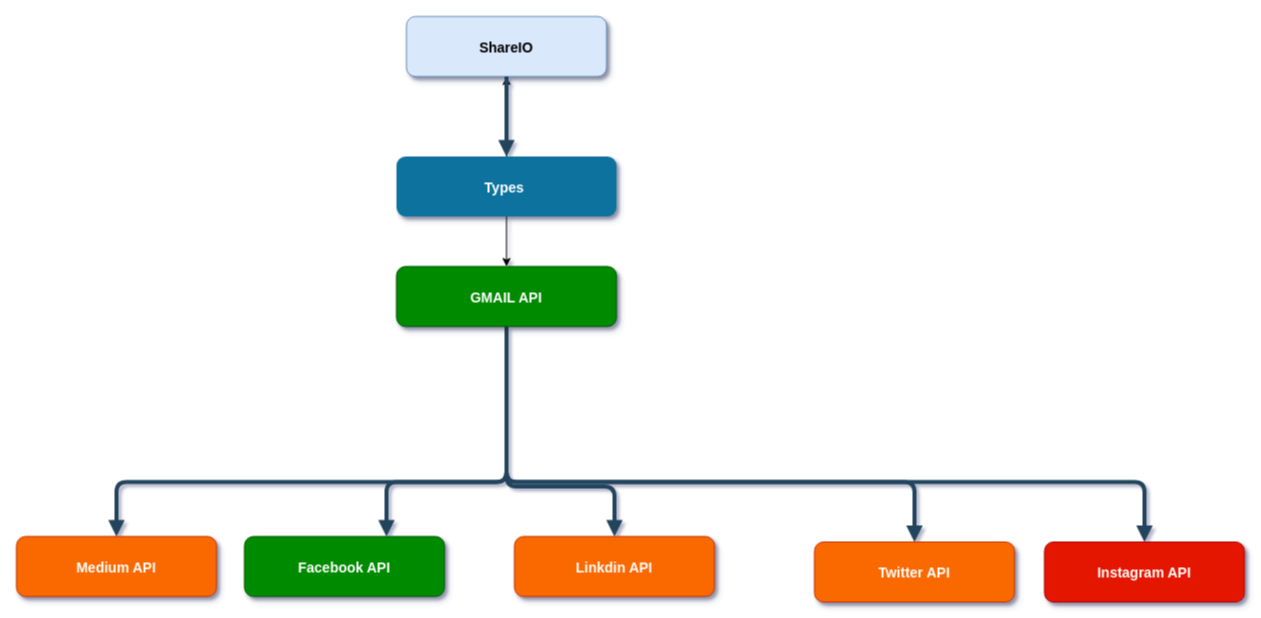
The draw.io diagram ShareIO.drawio in S-8506/codenaive, before the edit. Source tidied: cells renumbered, new cells numbered last; positions are measured from the earlier drawing's top-left corner, leaving out a move shared by most shapes. Both pictures are drawn from the tidied source at 100%, with x=0, y=0 at pixel (16, 16).
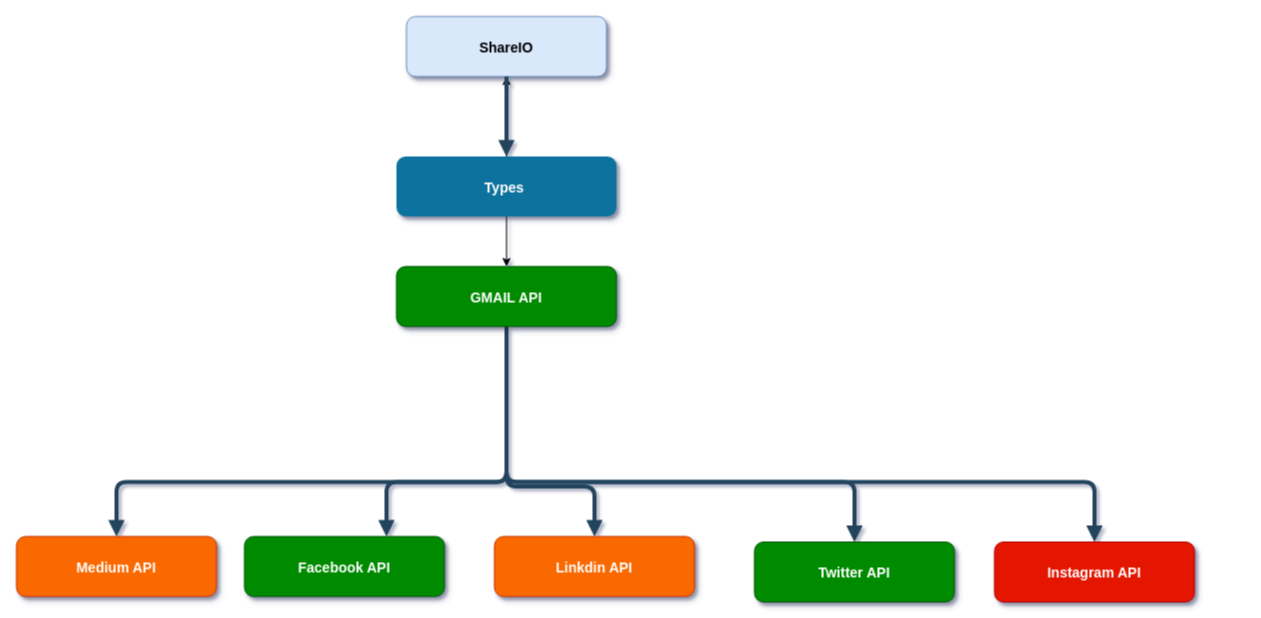
The same page after the edit.

Change to the diagram source:
```diff
@@
     <mxCell id="7" value="Linkdin API" style="rounded=1;fillColor=#fa6800;strokeColor=#C73500;shadow=1;fontStyle=1;fontSize=14;fontColor=#ffffff;" parent="1" vertex="1">
-      <mxGeometry x="498" y="520" width="200" height="60" as="geometry" />
+      <mxGeometry x="478" y="520" width="200" height="60" as="geometry" />
     </mxCell>
-    <mxCell id="8" value="Twitter API" style="rounded=1;fillColor=#fa6800;strokeColor=#C73500;shadow=1;fontStyle=1;fontSize=14;fontColor=#ffffff;" parent="1" vertex="1">
-      <mxGeometry x="798" y="525.5" width="200" height="60" as="geometry" />
+    <mxCell id="8" value="Twitter API" style="rounded=1;fillColor=#008a00;strokeColor=#005700;shadow=1;fontStyle=1;fontSize=14;fontColor=#ffffff;" parent="1" vertex="1">
+      <mxGeometry x="738" y="525.5" width="200" height="60" as="geometry" />
     </mxCell>
@@
     <mxCell id="14" value="Instagram API" style="rounded=1;fillColor=#e51400;strokeColor=#B20000;shadow=1;fontStyle=1;fontSize=14;fontColor=#ffffff;" parent="1" vertex="1">
-      <mxGeometry x="1028" y="525.5" width="200" height="60" as="geometry" />
+      <mxGeometry x="978" y="525.5" width="200" height="60" as="geometry" />
     </mxCell>
```
